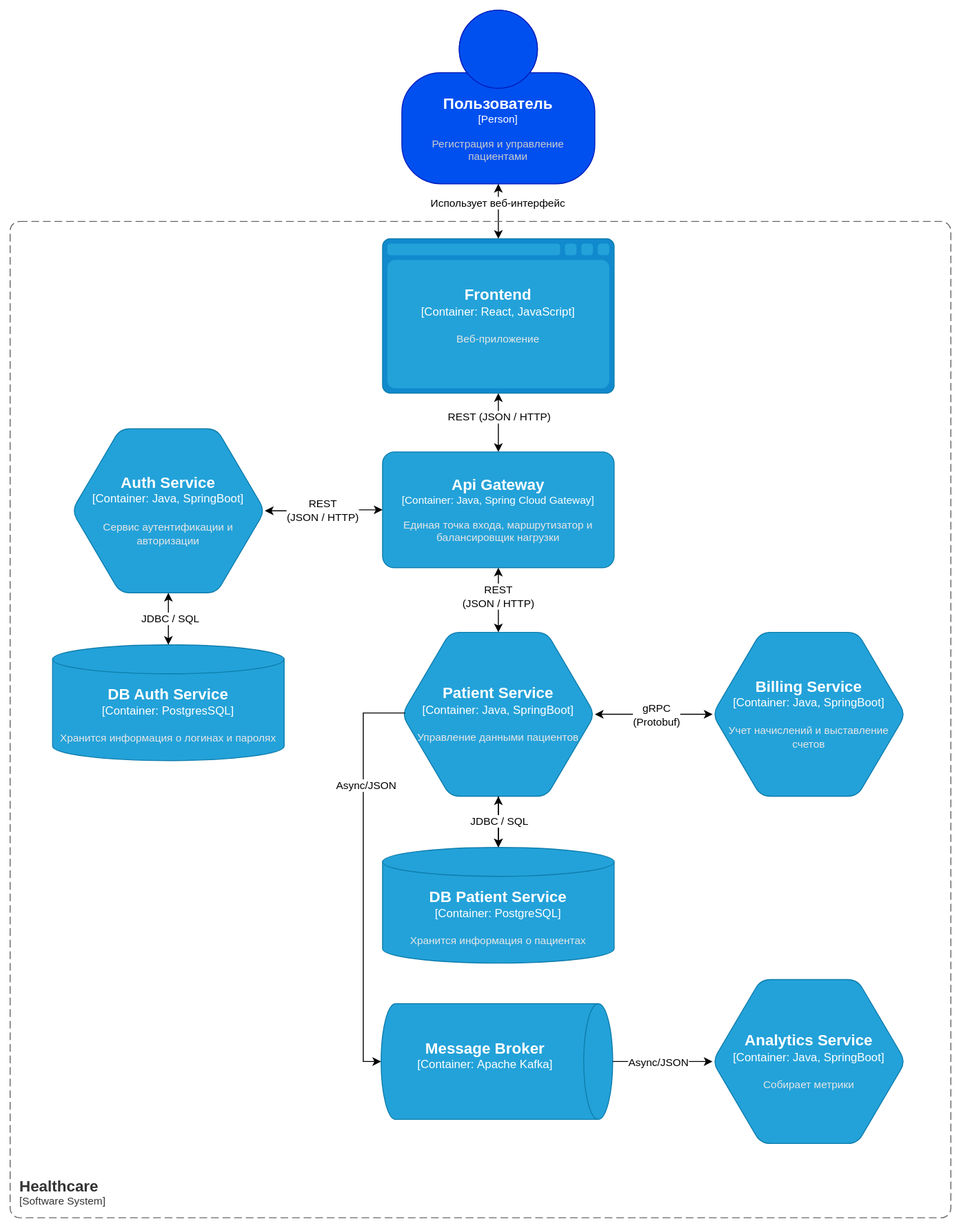
Earlier version of the draw.io export Docs/As-is/Diagrams/HealthcareC4.svg (ni1a207/Healthcare-System). Source tidied: cells renumbered, new cells last; positions are measured from the earlier drawing's top-left corner, leaving out a move shared by most shapes.
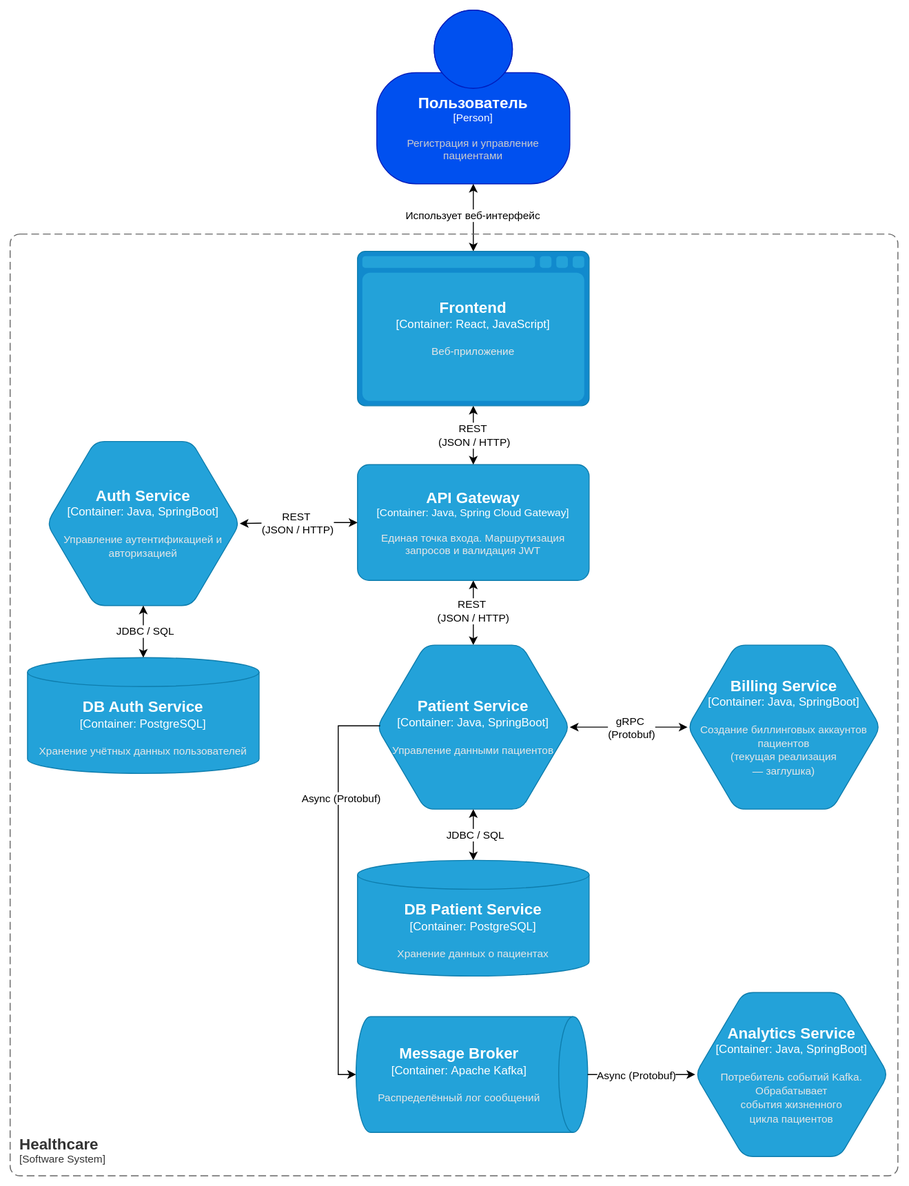
The same diagram one commit later.

Diff of the diagram source:
```diff
@@ -4,7 +4,7 @@
     <mxCell id="1" parent="0" />
     <object id="2" label="&lt;font style=&quot;font-size: 16px&quot;&gt;&lt;b&gt;%c4Name%&lt;/b&gt;&lt;/font&gt;&lt;div&gt;[%c4Type%]&lt;/div&gt;&lt;br&gt;&lt;div&gt;&lt;font style=&quot;font-size: 11px&quot;&gt;&lt;font color=&quot;#cccccc&quot;&gt;%c4Description%&lt;/font&gt;&lt;/div&gt;" c4Description="Регистрация и управление пациентами" c4Name="Пользователь" c4Type="Person" placeholders="1">
       <mxCell style="html=1;fontSize=11;dashed=0;whiteSpace=wrap;fillColor=#0050ef;strokeColor=#001DBC;fontColor=#ffffff;shape=mxgraph.c4.person2;align=center;points=[[0.5,0,0],[1,0.5,0],[1,0.75,0],[0.75,1,0],[0.5,1,0],[0.25,1,0],[0,0.75,0],[0,0.5,0]];" parent="1" vertex="1">
-        <mxGeometry x="406" width="200" height="180" as="geometry" />
+        <mxGeometry x="406" y="-13" width="200" height="180" as="geometry" />
       </mxCell>
     </object>
     <mxCell id="3" style="edgeStyle=orthogonalEdgeStyle;rounded=0;jettySize=auto;html=1;entryX=0.5;entryY=0;entryDx=0;entryDy=0;entryPerimeter=0;startArrow=classic;startFill=1;" parent="1" edge="1" source="2" target="12">
@@ -13,17 +13,19 @@
     <mxCell id="4" style="edgeStyle=orthogonalEdgeStyle;rounded=0;jettySize=auto;html=1;startArrow=classic;startFill=1;" parent="1" edge="1" source="6" target="8">
       <mxGeometry relative="1" as="geometry" />
     </mxCell>
-    <mxCell id="5" value="REST&lt;div&gt;(JSON / HTTP)&lt;/div&gt;" style="edgeLabel;html=1;align=center;verticalAlign=middle;" parent="4" vertex="1">
-      <mxGeometry x="-0.12" y="-1" relative="1" as="geometry" />
+    <mxCell id="5" value="REST&amp;nbsp;&lt;div&gt;(JSON / HTTP)&lt;/div&gt;" style="edgeLabel;html=1;align=center;verticalAlign=middle;" parent="4" vertex="1">
+      <mxGeometry x="-0.12" y="-1" relative="1" as="geometry">
+        <mxPoint y="2" as="offset" />
+      </mxGeometry>
     </mxCell>
-    <object id="6" label="&lt;font style=&quot;font-size: 16px&quot;&gt;&lt;b&gt;%c4Name%&lt;/b&gt;&lt;/font&gt;&lt;div&gt;[%c4Type%: %c4Technology%]&lt;/div&gt;&lt;br&gt;&lt;div&gt;&lt;font style=&quot;font-size: 11px&quot;&gt;&lt;font color=&quot;#E6E6E6&quot;&gt;%c4Description%&lt;/font&gt;&lt;/div&gt;" c4Description="Единая точка входа, маршрутизатор и балансировщик нагрузки" c4Name="Api Gateway" c4Technology="Java, Spring Cloud Gateway" c4Type="Container" placeholders="1">
+    <object id="6" label="&lt;font style=&quot;font-size: 16px&quot;&gt;&lt;b&gt;%c4Name%&lt;/b&gt;&lt;/font&gt;&lt;div&gt;[%c4Type%: %c4Technology%]&lt;/div&gt;&lt;br&gt;&lt;div&gt;&lt;font style=&quot;font-size: 11px&quot;&gt;&lt;font color=&quot;#E6E6E6&quot;&gt;%c4Description%&lt;/font&gt;&lt;/div&gt;" c4Description="Единая точка входа. Маршрутизация запросов и валидация JWT" c4Name="API Gateway" c4Technology="Java, Spring Cloud Gateway" c4Type="Container" placeholders="1">
       <mxCell style="rounded=1;whiteSpace=wrap;html=1;fontSize=11;labelBackgroundColor=none;fillColor=#23A2D9;fontColor=#ffffff;align=center;arcSize=10;strokeColor=#0E7DAD;points=[[0.25,0,0],[0.5,0,0],[0.75,0,0],[1,0.25,0],[1,0.5,0],[1,0.75,0],[0.75,1,0],[0.5,1,0],[0.25,1,0],[0,0.75,0],[0,0.5,0],[0,0.25,0]];" parent="1" vertex="1">
         <mxGeometry x="386" y="458" width="240" height="120" as="geometry" />
       </mxCell>
     </object>
-    <object id="7" label="&lt;font style=&quot;font-size: 16px&quot;&gt;&lt;b&gt;%c4Name%&lt;/b&gt;&lt;/font&gt;&lt;div&gt;[%c4Type%:&amp;nbsp;%c4Technology%]&lt;/div&gt;&lt;br&gt;&lt;div&gt;&lt;font style=&quot;font-size: 11px&quot;&gt;&lt;font color=&quot;#E6E6E6&quot;&gt;%c4Description%&lt;/font&gt;&lt;/div&gt;" c4Description="Собирает метрики" c4Name="Analytics Service" c4Technology="Java, SpringBoot" c4Type="Container" placeholders="1">
+    <object id="7" label="&lt;font style=&quot;font-size: 16px&quot;&gt;&lt;b&gt;%c4Name%&lt;/b&gt;&lt;/font&gt;&lt;div&gt;[%c4Type%:&amp;nbsp;%c4Technology%]&lt;/div&gt;&lt;br&gt;&lt;div&gt;&lt;font style=&quot;font-size: 11px&quot;&gt;&lt;font color=&quot;#E6E6E6&quot;&gt;%c4Description%&lt;/font&gt;&lt;/div&gt;" c4Description="Потребитель событий Kafka. Обрабатывает &#10;события жизненного &#10;цикла пациентов" c4Name="Analytics Service" c4Technology="Java, SpringBoot" c4Type="Container" placeholders="1">
       <mxCell style="shape=hexagon;size=50;perimeter=hexagonPerimeter2;whiteSpace=wrap;html=1;fixedSize=1;rounded=1;labelBackgroundColor=none;fillColor=#23A2D9;fontSize=12;fontColor=#ffffff;align=center;strokeColor=#0E7DAD;points=[[0.5,0,0],[1,0.25,0],[1,0.5,0],[1,0.75,0],[0.5,1,0],[0,0.75,0],[0,0.5,0],[0,0.25,0]];" parent="1" vertex="1">
-        <mxGeometry x="728" y="1005" width="200" height="170" as="geometry" />
+        <mxGeometry x="736" y="1005" width="200" height="170" as="geometry" />
       </mxCell>
     </object>
     <object id="8" label="&lt;font style=&quot;font-size: 16px&quot;&gt;&lt;b&gt;%c4Name%&lt;/b&gt;&lt;/font&gt;&lt;div&gt;[%c4Type%:&amp;nbsp;%c4Technology%]&lt;/div&gt;&lt;br&gt;&lt;div&gt;&lt;font style=&quot;font-size: 11px&quot;&gt;&lt;font color=&quot;#E6E6E6&quot;&gt;%c4Description%&lt;/font&gt;&lt;/div&gt;" c4Description="Управление данными пациентов" c4Name="Patient Service" c4Technology="Java, SpringBoot" c4Type="Container" placeholders="1">
@@ -31,7 +33,7 @@
         <mxGeometry x="406" y="645" width="200" height="170" as="geometry" />
       </mxCell>
     </object>
-    <object id="9" label="&lt;font style=&quot;font-size: 16px&quot;&gt;&lt;b&gt;%c4Name%&lt;/b&gt;&lt;/font&gt;&lt;div&gt;[%c4Type%:&amp;nbsp;%c4Technology%]&lt;/div&gt;&lt;br&gt;&lt;div&gt;&lt;font style=&quot;font-size: 11px&quot;&gt;&lt;font color=&quot;#E6E6E6&quot;&gt;%c4Description%&lt;/font&gt;&lt;/div&gt;" c4Description="Учет начислений и выставление счетов" c4Name="Billing Service" c4Technology="Java, SpringBoot" c4Type="Container" placeholders="1">
+    <object id="9" label="&lt;font style=&quot;font-size: 16px&quot;&gt;&lt;b&gt;%c4Name%&lt;/b&gt;&lt;/font&gt;&lt;div&gt;[%c4Type%:&amp;nbsp;%c4Technology%]&lt;/div&gt;&lt;br&gt;&lt;div&gt;&lt;font style=&quot;font-size: 11px&quot;&gt;&lt;font color=&quot;#E6E6E6&quot;&gt;%c4Description%&lt;/font&gt;&lt;/div&gt;" c4Description="Создание биллинговых аккаунтов пациентов &#10;(текущая реализация &#10;— заглушка)" c4Name="Billing Service" c4Technology="Java, SpringBoot" c4Type="Container" placeholders="1">
       <mxCell style="shape=hexagon;size=50;perimeter=hexagonPerimeter2;whiteSpace=wrap;html=1;fixedSize=1;rounded=1;labelBackgroundColor=none;fillColor=#23A2D9;fontSize=12;fontColor=#ffffff;align=center;strokeColor=#0E7DAD;points=[[0.5,0,0],[1,0.25,0],[1,0.5,0],[1,0.75,0],[0.5,1,0],[0,0.75,0],[0,0.5,0],[0,0.25,0]];" parent="1" vertex="1">
         <mxGeometry x="728" y="645" width="200" height="170" as="geometry" />
       </mxCell>
@@ -39,8 +41,10 @@
     <mxCell id="10" style="edgeStyle=orthogonalEdgeStyle;rounded=0;jettySize=auto;html=1;startArrow=classic;startFill=1;" parent="1" edge="1" source="12" target="6">
       <mxGeometry relative="1" as="geometry" />
     </mxCell>
-    <mxCell id="11" value="REST (JSON / HTTP)" style="edgeLabel;html=1;align=center;verticalAlign=middle;" parent="10" vertex="1">
-      <mxGeometry x="-0.22" relative="1" as="geometry" />
+    <mxCell id="11" value="REST&amp;nbsp;&lt;div&gt;(JSON / HTTP)&lt;/div&gt;" style="edgeLabel;html=1;align=center;verticalAlign=middle;" parent="10" vertex="1">
+      <mxGeometry x="-0.22" relative="1" as="geometry">
+        <mxPoint y="7" as="offset" />
+      </mxGeometry>
     </mxCell>
     <object id="12" label="&lt;font style=&quot;font-size: 16px&quot;&gt;&lt;b&gt;%c4Name%&lt;/b&gt;&lt;/font&gt;&lt;div&gt;[%c4Type%:&amp;nbsp;%c4Technology%]&lt;/div&gt;&lt;br&gt;&lt;div&gt;&lt;font style=&quot;font-size: 11px&quot;&gt;&lt;font color=&quot;#E6E6E6&quot;&gt;%c4Description%&lt;/font&gt;&lt;/div&gt;" c4Description="Веб-приложение" c4Name="Frontend" c4Technology="React, JavaScript" c4Type="Container" placeholders="1">
       <mxCell style="shape=mxgraph.c4.webBrowserContainer2;whiteSpace=wrap;html=1;boundedLbl=1;rounded=0;labelBackgroundColor=none;strokeColor=#118ACD;fillColor=#23A2D9;strokeColor=#118ACD;strokeColor2=#0E7DAD;fontSize=12;fontColor=#ffffff;align=center;points=[[0.5,0,0],[1,0.25,0],[1,0.5,0],[1,0.75,0],[0.5,1,0],[0,0.75,0],[0,0.5,0],[0,0.25,0]];" parent="1" vertex="1">
@@ -50,7 +54,10 @@
     <mxCell id="13" style="edgeStyle=orthogonalEdgeStyle;rounded=0;jettySize=auto;html=1;entryX=0.5;entryY=0;entryDx=0;entryDy=0;entryPerimeter=0;startArrow=classic;startFill=1;" parent="1" edge="1" source="8" target="23">
       <mxGeometry relative="1" as="geometry" />
     </mxCell>
+    <mxCell id="22" value="JDBC / SQL" style="edgeLabel;html=1;align=center;verticalAlign=middle;" parent="13" vertex="1">
+      <mxGeometry x="-0.04" y="1" relative="1" as="geometry" />
+    </mxCell>
-    <object id="14" label="&lt;font style=&quot;font-size: 16px&quot;&gt;&lt;b&gt;%c4Name%&lt;/b&gt;&lt;/font&gt;&lt;div&gt;[%c4Type%:&amp;nbsp;%c4Technology%]&lt;/div&gt;&lt;br&gt;&lt;div&gt;&lt;font style=&quot;font-size: 11px&quot;&gt;&lt;font color=&quot;#E6E6E6&quot;&gt;%c4Description%&lt;/font&gt;&lt;/div&gt;" c4Description="" c4Name="Message Broker" c4Technology="Apache Kafka" c4Type="Container" placeholders="1">
+    <object id="14" label="&lt;font style=&quot;font-size: 16px&quot;&gt;&lt;b&gt;%c4Name%&lt;/b&gt;&lt;/font&gt;&lt;div&gt;[%c4Type%:&amp;nbsp;%c4Technology%]&lt;/div&gt;&lt;br&gt;&lt;div&gt;&lt;font style=&quot;font-size: 11px&quot;&gt;&lt;font color=&quot;#E6E6E6&quot;&gt;%c4Description%&lt;/font&gt;&lt;/div&gt;" c4Description="Распределённый лог сообщений" c4Name="Message Broker" c4Technology="Apache Kafka" c4Type="Container" placeholders="1">
       <mxCell style="shape=cylinder3;size=15;direction=south;whiteSpace=wrap;html=1;boundedLbl=1;rounded=0;labelBackgroundColor=none;fillColor=#23A2D9;fontSize=12;fontColor=#ffffff;align=center;strokeColor=#0E7DAD;points=[[0.5,0,0],[1,0.25,0],[1,0.5,0],[1,0.75,0],[0.5,1,0],[0,0.75,0],[0,0.5,0],[0,0.25,0]];" parent="1" vertex="1">
         <mxGeometry x="384.5" y="1030" width="240" height="120" as="geometry" />
       </mxCell>
@@ -60,15 +67,15 @@
     </mxCell>
     <object id="16" label="&lt;font style=&quot;font-size: 16px&quot;&gt;&lt;b&gt;&lt;div style=&quot;text-align: left&quot;&gt;%c4Name%&lt;/div&gt;&lt;/b&gt;&lt;/font&gt;&lt;div style=&quot;text-align: left&quot;&gt;[%c4Application%]&lt;/div&gt;" c4Application="Software System" c4Name="Healthcare" c4Type="SystemScopeBoundary" placeholders="1">
       <mxCell style="rounded=1;fontSize=11;whiteSpace=wrap;html=1;dashed=1;arcSize=20;fillColor=none;strokeColor=#666666;fontColor=#333333;labelBackgroundColor=none;align=left;verticalAlign=bottom;labelBorderColor=none;spacingTop=0;spacing=10;dashPattern=8 4;perimeter=rectanglePerimeter;noLabel=0;labelPadding=0;absoluteArcSize=1;" parent="1" vertex="1">
-        <mxGeometry y="219" width="975" height="1033" as="geometry" />
+        <mxGeometry x="26" y="219" width="920" height="976" as="geometry" />
       </mxCell>
     </object>
-    <object id="17" label="&lt;font style=&quot;font-size: 16px&quot;&gt;&lt;b&gt;%c4Name%&lt;/b&gt;&lt;/font&gt;&lt;div&gt;[%c4Type%:&amp;nbsp;%c4Technology%]&lt;/div&gt;&lt;br&gt;&lt;div&gt;&lt;font style=&quot;font-size: 11px&quot;&gt;&lt;font color=&quot;#E6E6E6&quot;&gt;%c4Description%&lt;/font&gt;&lt;/div&gt;" c4Description="Сервис аутентификации и авторизации" c4Name="Auth Service" c4Technology="Java, SpringBoot" c4Type="Container" placeholders="1">
+    <object id="17" label="&lt;font style=&quot;font-size: 16px&quot;&gt;&lt;b&gt;%c4Name%&lt;/b&gt;&lt;/font&gt;&lt;div&gt;[%c4Type%:&amp;nbsp;%c4Technology%]&lt;/div&gt;&lt;br&gt;&lt;div&gt;&lt;font style=&quot;font-size: 11px&quot;&gt;&lt;font color=&quot;#E6E6E6&quot;&gt;%c4Description%&lt;/font&gt;&lt;/div&gt;" c4Description="Управление аутентификацией и авторизацией" c4Name="Auth Service" c4Technology="Java, SpringBoot" c4Type="Container" placeholders="1">
       <mxCell style="shape=hexagon;size=50;perimeter=hexagonPerimeter2;whiteSpace=wrap;html=1;fixedSize=1;rounded=1;labelBackgroundColor=none;fillColor=#23A2D9;fontSize=12;fontColor=#ffffff;align=center;strokeColor=#0E7DAD;points=[[0.5,0,0],[1,0.25,0],[1,0.5,0],[1,0.75,0],[0.5,1,0],[0,0.75,0],[0,0.5,0],[0,0.25,0]];" parent="1" vertex="1">
         <mxGeometry x="64" y="434" width="200" height="170" as="geometry" />
       </mxCell>
     </object>
-    <object id="18" label="&lt;font style=&quot;font-size: 16px&quot;&gt;&lt;b&gt;%c4Name%&lt;/b&gt;&lt;/font&gt;&lt;div&gt;[%c4Type%:&amp;nbsp;%c4Technology%]&lt;/div&gt;&lt;br&gt;&lt;div&gt;&lt;font style=&quot;font-size: 11px&quot;&gt;&lt;font color=&quot;#E6E6E6&quot;&gt;%c4Description%&lt;/font&gt;&lt;/div&gt;" c4Description="Хранится информация о логинах и паролях" c4Name="DB Auth Service" c4Technology="PostgresSQL" c4Type="Container" placeholders="1">
+    <object id="18" label="&lt;font style=&quot;font-size: 16px&quot;&gt;&lt;b&gt;%c4Name%&lt;/b&gt;&lt;/font&gt;&lt;div&gt;[%c4Type%:&amp;nbsp;%c4Technology%]&lt;/div&gt;&lt;br&gt;&lt;div&gt;&lt;font style=&quot;font-size: 11px&quot;&gt;&lt;font color=&quot;#E6E6E6&quot;&gt;%c4Description%&lt;/font&gt;&lt;/div&gt;" c4Description="Хранение учётных данных пользователей " c4Name="DB Auth Service" c4Technology="PostgreSQL" c4Type="Container" placeholders="1">
       <mxCell style="shape=cylinder3;size=15;whiteSpace=wrap;html=1;boundedLbl=1;rounded=0;labelBackgroundColor=none;fillColor=#23A2D9;fontSize=12;fontColor=#ffffff;align=center;strokeColor=#0E7DAD;points=[[0.5,0,0],[1,0.25,0],[1,0.5,0],[1,0.75,0],[0.5,1,0],[0,0.75,0],[0,0.5,0],[0,0.25,0]];" parent="1" vertex="1">
         <mxGeometry x="44" y="658" width="240" height="120" as="geometry" />
       </mxCell>
@@ -79,15 +86,7 @@
     <mxCell id="20" value="JDBC / SQL" style="edgeLabel;html=1;align=center;verticalAlign=middle;" parent="19" vertex="1">
       <mxGeometry x="-0.03" y="1" relative="1" as="geometry" />
     </mxCell>
-    <mxCell id="21" style="edgeStyle=orthogonalEdgeStyle;rounded=0;jettySize=auto;html=1;entryX=0.5;entryY=0;entryDx=0;entryDy=0;entryPerimeter=0;" parent="1" edge="1" source="8" target="23">
-      <mxGeometry relative="1" as="geometry" />
-    </mxCell>
-    <mxCell id="22" value="JDBC / SQL" style="edgeLabel;html=1;align=center;verticalAlign=middle;" parent="21" vertex="1">
-      <mxGeometry x="-0.18" y="-4" relative="1" as="geometry">
-        <mxPoint x="4" y="3" as="offset" />
-      </mxGeometry>
-    </mxCell>
-    <object id="23" label="&lt;font style=&quot;font-size: 16px&quot;&gt;&lt;b&gt;%c4Name%&lt;/b&gt;&lt;/font&gt;&lt;div&gt;[%c4Type%:&amp;nbsp;%c4Technology%]&lt;/div&gt;&lt;br&gt;&lt;div&gt;&lt;font style=&quot;font-size: 11px&quot;&gt;&lt;font color=&quot;#E6E6E6&quot;&gt;%c4Description%&lt;/font&gt;&lt;/div&gt;" c4Description="Хранится информация о пациентах " c4Name="DB Patient Service" c4Technology="PostgreSQL" c4Type="Container" placeholders="1">
+    <object id="23" label="&lt;font style=&quot;font-size: 16px&quot;&gt;&lt;b&gt;%c4Name%&lt;/b&gt;&lt;/font&gt;&lt;div&gt;[%c4Type%:&amp;nbsp;%c4Technology%]&lt;/div&gt;&lt;br&gt;&lt;div&gt;&lt;font style=&quot;font-size: 11px&quot;&gt;&lt;font color=&quot;#E6E6E6&quot;&gt;%c4Description%&lt;/font&gt;&lt;/div&gt;" c4Description="Хранение данных о пациентах " c4Name="DB Patient Service" c4Technology="PostgreSQL" c4Type="Container" placeholders="1">
       <mxCell style="shape=cylinder3;size=15;whiteSpace=wrap;html=1;boundedLbl=1;rounded=0;labelBackgroundColor=none;fillColor=#23A2D9;fontSize=12;fontColor=#ffffff;align=center;strokeColor=#0E7DAD;points=[[0.5,0,0],[1,0.25,0],[1,0.5,0],[1,0.75,0],[0.5,1,0],[0,0.75,0],[0,0.5,0],[0,0.25,0]];" parent="1" vertex="1">
         <mxGeometry x="386" y="868" width="240" height="120" as="geometry" />
       </mxCell>
@@ -95,7 +94,7 @@
     <mxCell id="24" style="edgeStyle=orthogonalEdgeStyle;rounded=0;jettySize=auto;html=1;entryX=0;entryY=0.5;entryDx=0;entryDy=0;entryPerimeter=0;startArrow=classic;startFill=1;" parent="1" edge="1" source="8" target="9">
       <mxGeometry relative="1" as="geometry" />
     </mxCell>
-    <mxCell id="25" value="gRPC&lt;div&gt;(Protobuf)&lt;/div&gt;" style="edgeLabel;html=1;align=center;verticalAlign=middle;" parent="24" vertex="1">
+    <mxCell id="25" value="gRPC&amp;nbsp;&lt;div&gt;(Protobuf)&lt;/div&gt;" style="edgeLabel;html=1;align=center;verticalAlign=middle;" parent="24" vertex="1">
       <mxGeometry x="0.13" y="-1" relative="1" as="geometry">
         <mxPoint x="-6" y="-1" as="offset" />
       </mxGeometry>
@@ -103,7 +102,7 @@
     <mxCell id="26" style="edgeStyle=orthogonalEdgeStyle;rounded=0;jettySize=auto;html=1;entryX=1;entryY=0.5;entryDx=0;entryDy=0;entryPerimeter=0;exitX=0;exitY=0.5;exitDx=0;exitDy=0;exitPerimeter=0;startArrow=classic;startFill=1;" parent="1" edge="1" source="6" target="17">
       <mxGeometry relative="1" as="geometry" />
     </mxCell>
-    <mxCell id="27" value="REST&lt;div&gt;(JSON / HTTP)&lt;/div&gt;" style="edgeLabel;html=1;align=center;verticalAlign=middle;" parent="26" vertex="1">
+    <mxCell id="27" value="REST&amp;nbsp;&lt;div&gt;(JSON / HTTP)&lt;/div&gt;" style="edgeLabel;html=1;align=center;verticalAlign=middle;" parent="26" vertex="1">
       <mxGeometry x="-0.2" relative="1" as="geometry">
         <mxPoint x="-14" as="offset" />
       </mxGeometry>
@@ -116,7 +115,7 @@
         </Array>
       </mxGeometry>
     </mxCell>
-    <mxCell id="29" value="Async/JSON" style="edgeLabel;html=1;align=center;verticalAlign=middle;" parent="28" vertex="1">
+    <mxCell id="29" value="Async (Protobuf)" style="edgeLabel;html=1;align=center;verticalAlign=middle;" parent="28" vertex="1">
       <mxGeometry x="-0.25" y="-1" relative="1" as="geometry">
         <mxPoint x="8" y="-1" as="offset" />
       </mxGeometry>
@@ -129,7 +128,7 @@
         </Array>
       </mxGeometry>
     </mxCell>
-    <mxCell id="31" value="Async/JSON" style="edgeLabel;html=1;align=center;verticalAlign=middle;" parent="30" vertex="1">
+    <mxCell id="31" value="Async (Protobuf)" style="edgeLabel;html=1;align=center;verticalAlign=middle;" parent="30" vertex="1">
       <mxGeometry x="-0.54" y="-2" relative="1" as="geometry">
         <mxPoint x="4" y="21" as="offset" />
       </mxGeometry>
```
